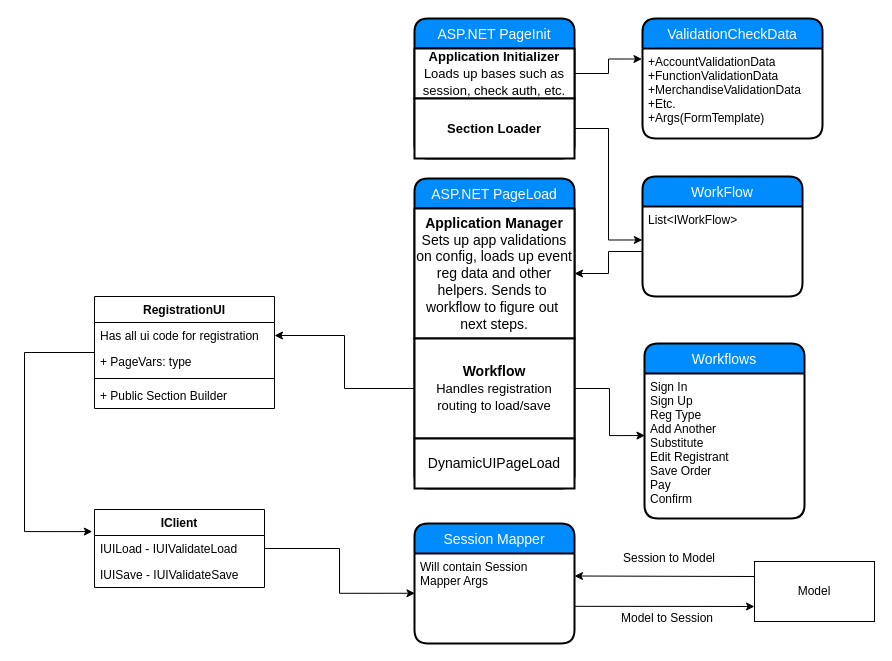
shelbyharris/Registration keeps this draw.io diagram as PublicRegistrationClassDiagram.drawio. Above is the earlier version. Source tidied: cells renumbered, new cells numbered last; positions are measured from the earlier drawing's top-left corner, leaving out a move shared by most shapes. Both pictures are drawn from the tidied source at 100%, with x=0, y=0 at pixel (24, 18).
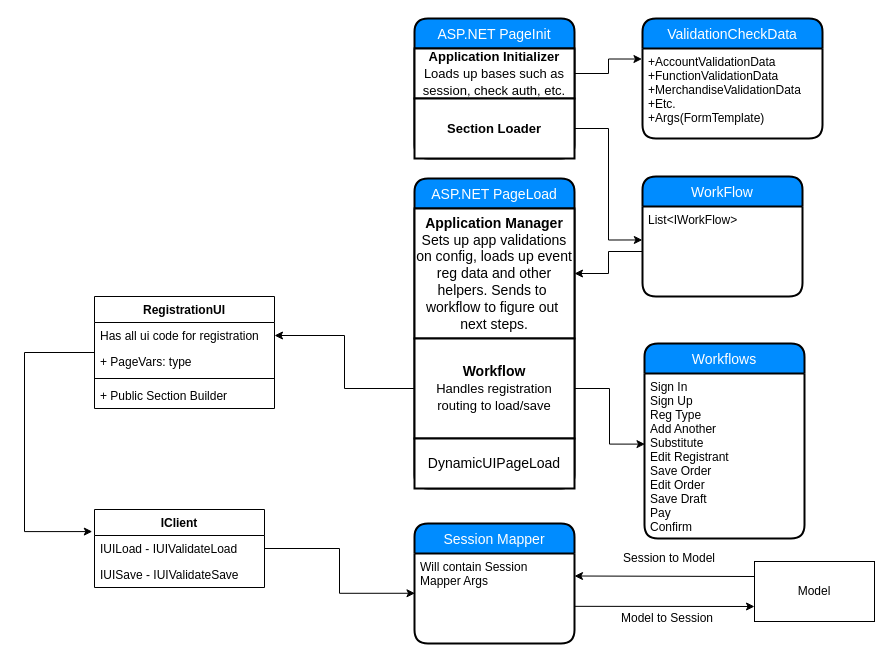
Above is the later version.

Change to the diagram source:
```diff
@@
     <mxCell id="22" value="Workflows" style="swimlane;horizontal=1;startSize=30;fillColor=#008cff;fontColor=#FFFFFF;rounded=1;fontSize=14;fontStyle=0;strokeWidth=2;shadow=0;dashed=0;align=center;" parent="1" vertex="1">
-      <mxGeometry x="620" y="325" width="160" height="175" as="geometry" />
+      <mxGeometry x="620" y="325" width="160" height="195" as="geometry" />
     </mxCell>
-    <mxCell id="23" value="Sign In&#10;Sign Up&#10;Reg Type&#10;Add Another&#10;Substitute&#10;Edit Registrant&#10;Save Order&#10;Pay&#10;Confirm" style="align=left;strokeColor=none;fillColor=none;spacingLeft=4;fontSize=12;verticalAlign=top;" parent="22" vertex="1">
-      <mxGeometry y="30" width="160" height="145" as="geometry" />
+    <mxCell id="23" value="Sign In&#10;Sign Up&#10;Reg Type&#10;Add Another&#10;Substitute&#10;Edit Registrant&#10;Save Order&#10;Edit Order&#10;Save Draft&#10;Pay&#10;Confirm" style="align=left;strokeColor=none;fillColor=none;spacingLeft=4;fontSize=12;verticalAlign=top;" parent="22" vertex="1">
+      <mxGeometry y="30" width="160" height="165" as="geometry" />
     </mxCell>
```
